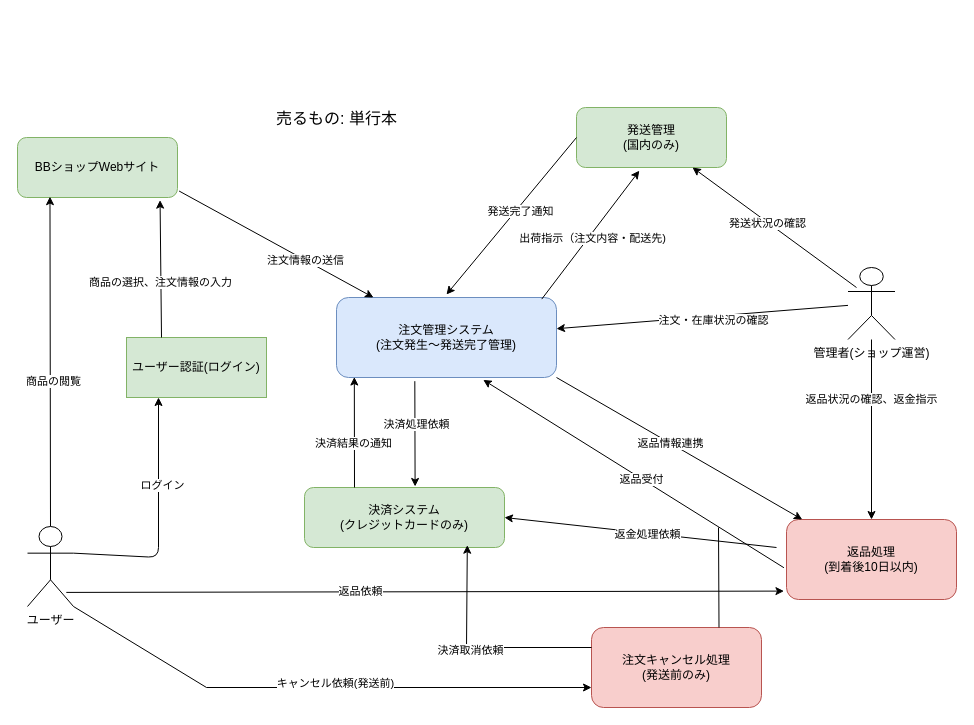
Earlier version of the draw.io diagram BBshop/bbshop_order_system.drawio (ghbuser12/ohara_uml). Source tidied: cells renumbered, new cells numbered last; positions are measured from the earlier drawing's top-left corner, leaving out a move shared by most shapes. Both pictures are drawn from the tidied source at 100%, with x=0, y=0 at pixel (17, 103).
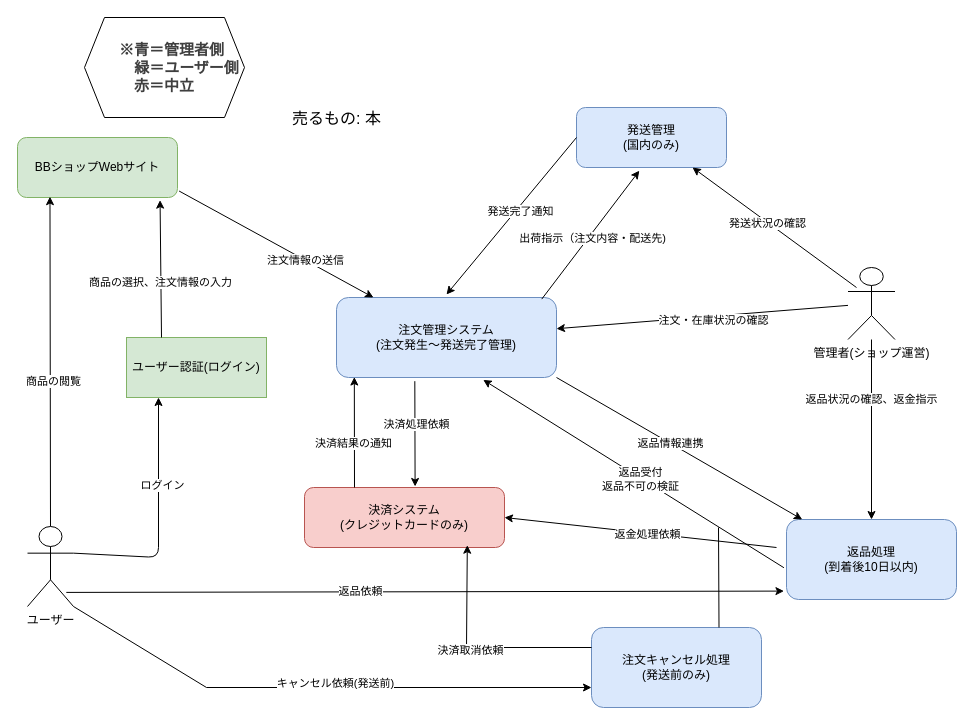
After the change.

Unchanged cells that the change refers to:
```xml
<mxCell id="29" style="entryX=0.667;entryY=1.03;entryDx=0;entryDy=0;exitX=-0.015;exitY=0.603;exitDx=0;exitDy=0;exitPerimeter=0;entryPerimeter=0;" parent="1" edge="1" source="6" target="3">
  <mxGeometry relative="1" as="geometry" />
</mxCell>
```

Diff of the diagram source:
```diff
@@
-    <mxCell id="4" value="決済システム&#10;(クレジットカードのみ)" style="shape=rectangle;rounded=1;whiteSpace=wrap;html=1;fillColor=#d5e8d4;strokeColor=#82b366;" parent="1" vertex="1">
+    <mxCell id="4" value="決済システム&#10;(クレジットカードのみ)" style="shape=rectangle;rounded=1;whiteSpace=wrap;html=1;fillColor=#f8cecc;strokeColor=#b85450;" parent="1" vertex="1">
       <mxGeometry x="287" y="384" width="200" height="60" as="geometry" />
     </mxCell>
-    <mxCell id="5" value="発送管理&#10;(国内のみ)" style="shape=rectangle;rounded=1;whiteSpace=wrap;html=1;fillColor=#d5e8d4;strokeColor=#82b366;" parent="1" vertex="1">
+    <mxCell id="5" value="発送管理&#10;(国内のみ)" style="shape=rectangle;rounded=1;whiteSpace=wrap;html=1;fillColor=#dae8fc;strokeColor=#6c8ebf;" parent="1" vertex="1">
       <mxGeometry x="559" y="4" width="150" height="60" as="geometry" />
     </mxCell>
-    <mxCell id="6" value="返品処理&lt;br&gt;(到着後10日以内)" style="shape=rectangle;rounded=1;whiteSpace=wrap;html=1;fillColor=#f8cecc;strokeColor=#b85450;" parent="1" vertex="1">
+    <mxCell id="6" value="返品処理&lt;br&gt;(到着後10日以内)" style="shape=rectangle;rounded=1;whiteSpace=wrap;html=1;fillColor=#dae8fc;strokeColor=#6c8ebf;" parent="1" vertex="1">
       <mxGeometry x="769" y="416" width="170" height="80" as="geometry" />
     </mxCell>
@@
-    <mxCell id="31" value="返品受付" style="edgeLabel;html=1;align=center;verticalAlign=middle;" parent="29" vertex="1">
-      <mxGeometry x="-0.05" relative="1" as="geometry" />
+    <mxCell id="31" value="返品受付&lt;div&gt;返品不可の検証&lt;/div&gt;" style="edgeLabel;html=1;align=center;verticalAlign=middle;" parent="29" vertex="1">
+      <mxGeometry x="-0.05" relative="1" as="geometry">
+        <mxPoint x="-1" as="offset" />
+      </mxGeometry>
     </mxCell>
@@
-    <mxCell id="40" value="&lt;font style=&quot;font-size: 16px;&quot;&gt;売るもの: 単行本&lt;/font&gt;" style="text;html=1;align=center;verticalAlign=middle;strokeColor=none;fillColor=default;" parent="1" vertex="1">
-      <mxGeometry x="249" width="140" height="30" as="geometry" />
+    <mxCell id="40" value="&lt;font style=&quot;font-size: 16px;&quot;&gt;売るもの: 本&lt;/font&gt;" style="text;html=1;align=center;verticalAlign=middle;strokeColor=none;fillColor=default;" parent="1" vertex="1">
+      <mxGeometry x="264" width="110" height="30" as="geometry" />
     </mxCell>
-    <mxCell id="41" value="注文キャンセル処理&lt;br&gt;(発送前のみ)" style="shape=rectangle;rounded=1;whiteSpace=wrap;html=1;fillColor=#f8cecc;strokeColor=#b85450;" parent="1" vertex="1">
+    <mxCell id="41" value="注文キャンセル処理&lt;br&gt;(発送前のみ)" style="shape=rectangle;rounded=1;whiteSpace=wrap;html=1;fillColor=#dae8fc;strokeColor=#6c8ebf;" parent="1" vertex="1">
       <mxGeometry x="574" y="524" width="170" height="80" as="geometry" />
     </mxCell>
@@
+    <mxCell id="50" value="&lt;span style=&quot;color: rgb(63, 63, 63); scrollbar-color: rgb(226, 226, 226) rgb(251, 251, 251); text-wrap-mode: nowrap; background-color: rgb(255, 255, 255);&quot;&gt;　※青＝管理者側&lt;/span&gt;&lt;div style=&quot;color: rgb(63, 63, 63); scrollbar-color: rgb(226, 226, 226) rgb(251, 251, 251); text-wrap-mode: nowrap;&quot;&gt;&lt;span style=&quot;color: rgb(63, 63, 63); scrollbar-color: rgb(226, 226, 226) rgb(251, 251, 251); background-color: rgb(255, 255, 255);&quot;&gt;　　　緑＝ユーザー側&lt;/span&gt;&lt;/div&gt;&lt;div style=&quot;color: rgb(63, 63, 63); scrollbar-color: rgb(226, 226, 226) rgb(251, 251, 251); text-wrap-mode: nowrap;&quot;&gt;&lt;span style=&quot;background-color: light-dark(rgb(255, 255, 255), rgb(18, 18, 18));&quot;&gt;赤＝中立&lt;/span&gt;&lt;/div&gt;" style="shape=hexagon;perimeter=hexagonPerimeter2;whiteSpace=wrap;html=1;fixedSize=1;fontStyle=1;fontSize=15;" parent="1" vertex="1">
+      <mxGeometry x="67" y="-86" width="160" height="100" as="geometry" />
+    </mxCell>
```
